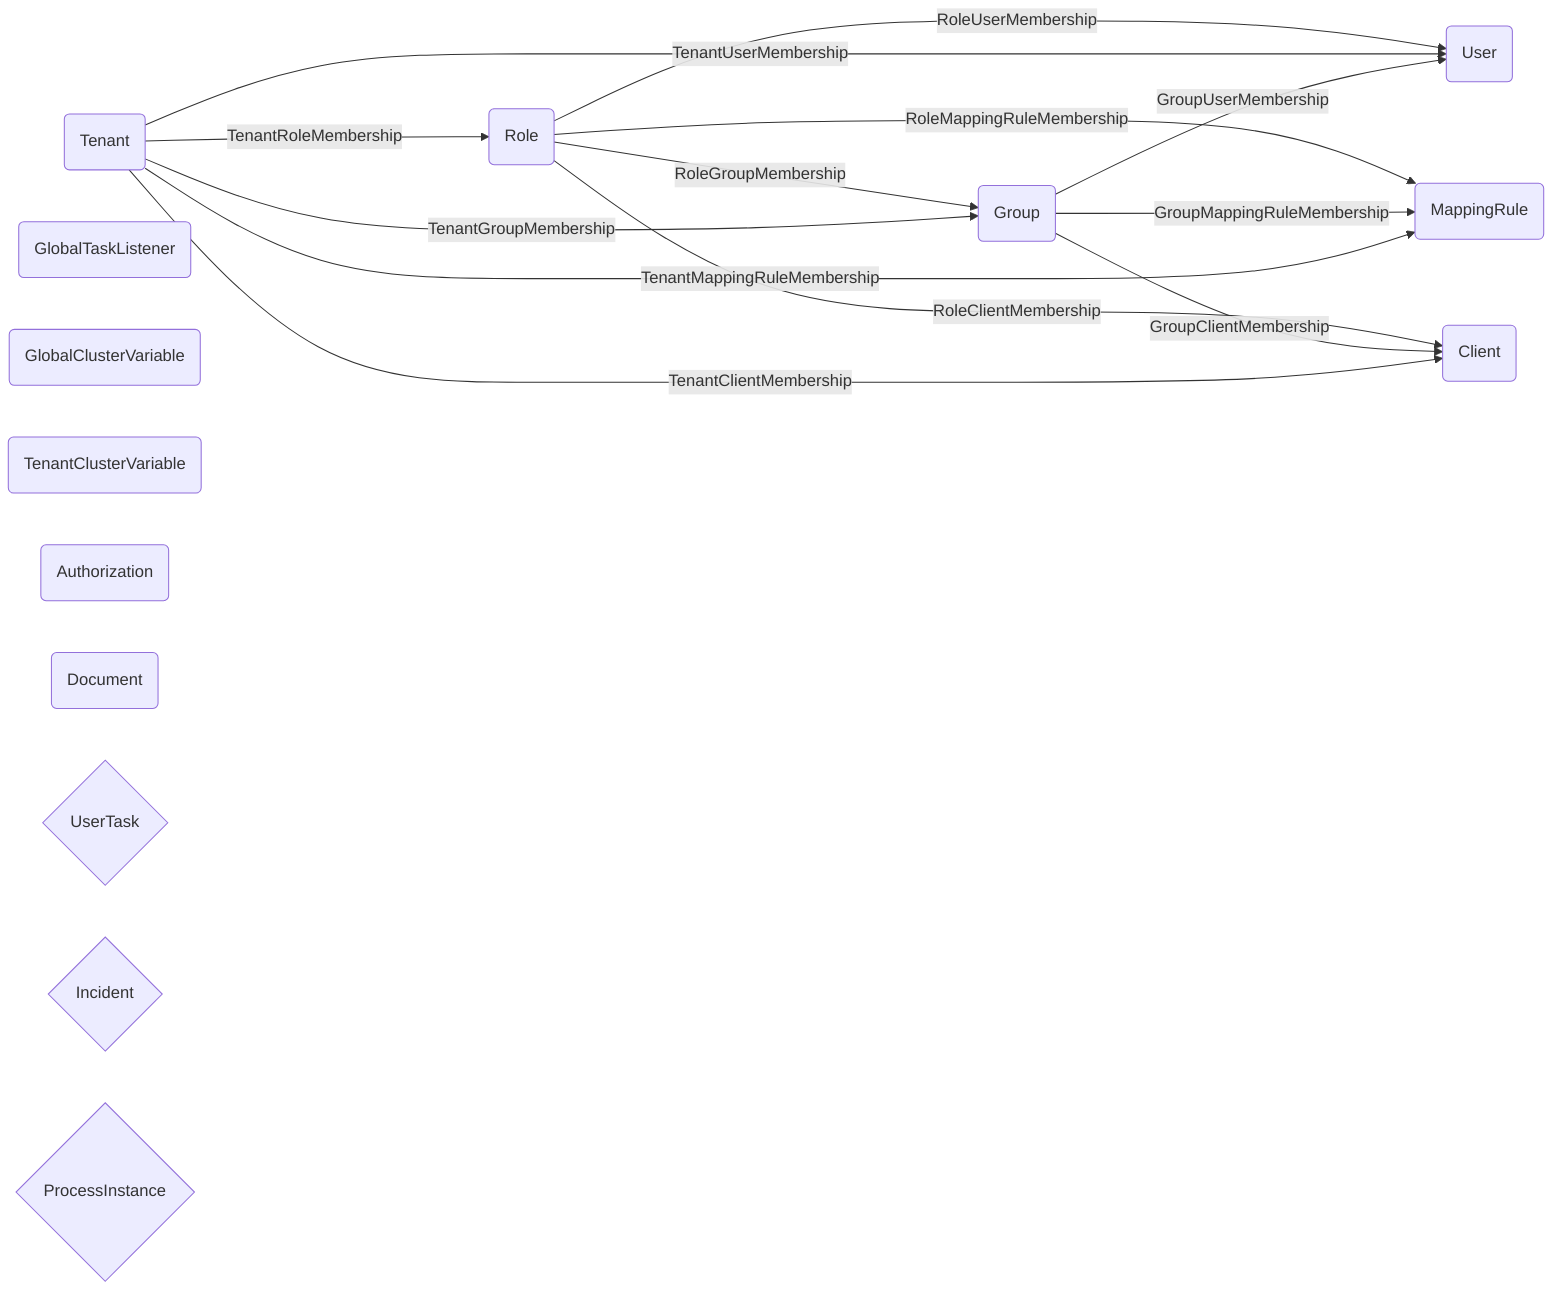
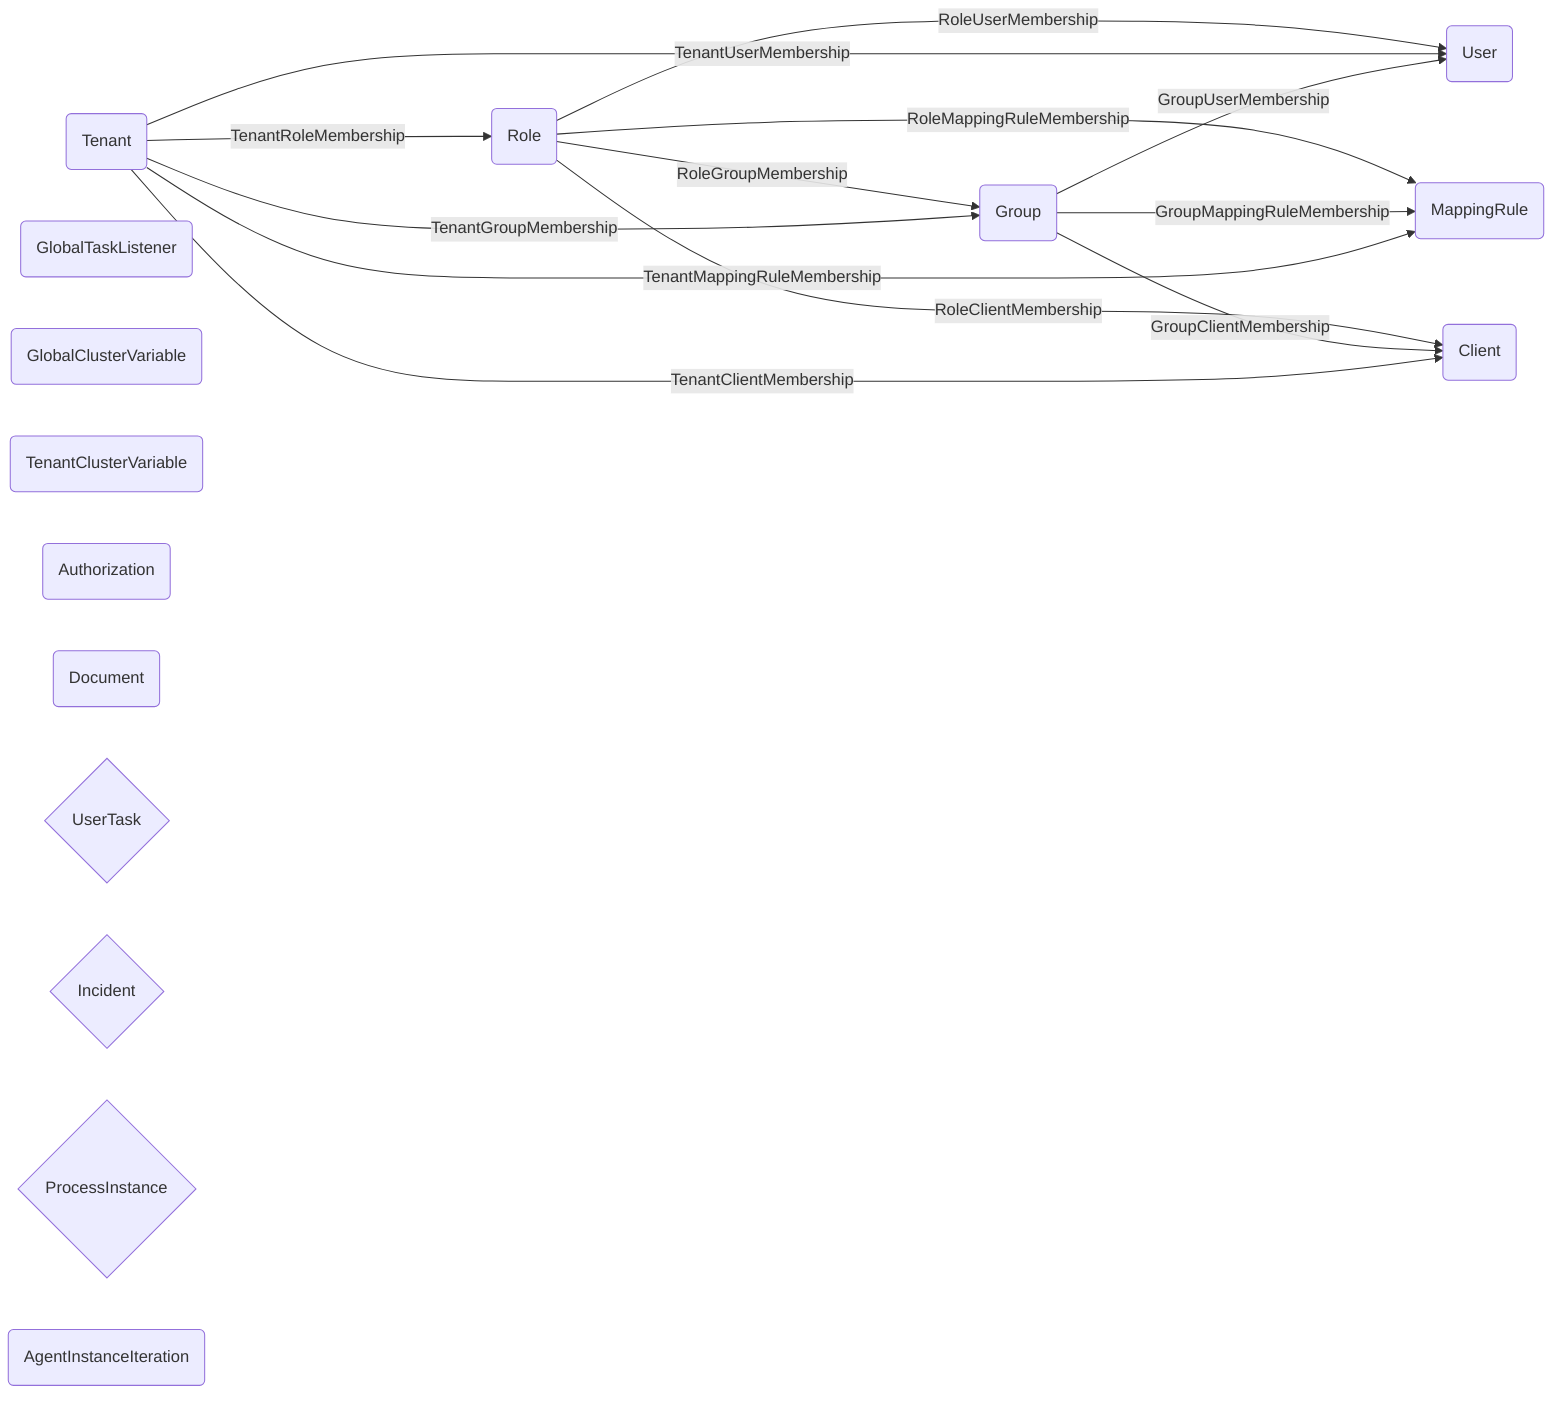
%% api-test-generator ABox (camunda-oca) — entity kinds and membership edges
graph LR
  Role(Role)
  User(User)
  Tenant(Tenant)
  Group(Group)
  MappingRule(MappingRule)
  GlobalTaskListener(GlobalTaskListener)
  GlobalClusterVariable(GlobalClusterVariable)
  TenantClusterVariable(TenantClusterVariable)
  Authorization(Authorization)
  Document(Document)
  Client(Client)
  UserTask{UserTask}
  Incident{Incident}
  ProcessInstance{ProcessInstance}
+   AgentInstanceIteration(AgentInstanceIteration)

  Role -->|"RoleUserMembership"| User
  Tenant -->|"TenantUserMembership"| User
  Group -->|"GroupUserMembership"| User
  Role -->|"RoleMappingRuleMembership"| MappingRule
  Group -->|"GroupMappingRuleMembership"| MappingRule
  Tenant -->|"TenantMappingRuleMembership"| MappingRule
  Role -->|"RoleGroupMembership"| Group
  Role -->|"RoleClientMembership"| Client
  Group -->|"GroupClientMembership"| Client
  Tenant -->|"TenantClientMembership"| Client
  Tenant -->|"TenantGroupMembership"| Group
  Tenant -->|"TenantRoleMembership"| Role
